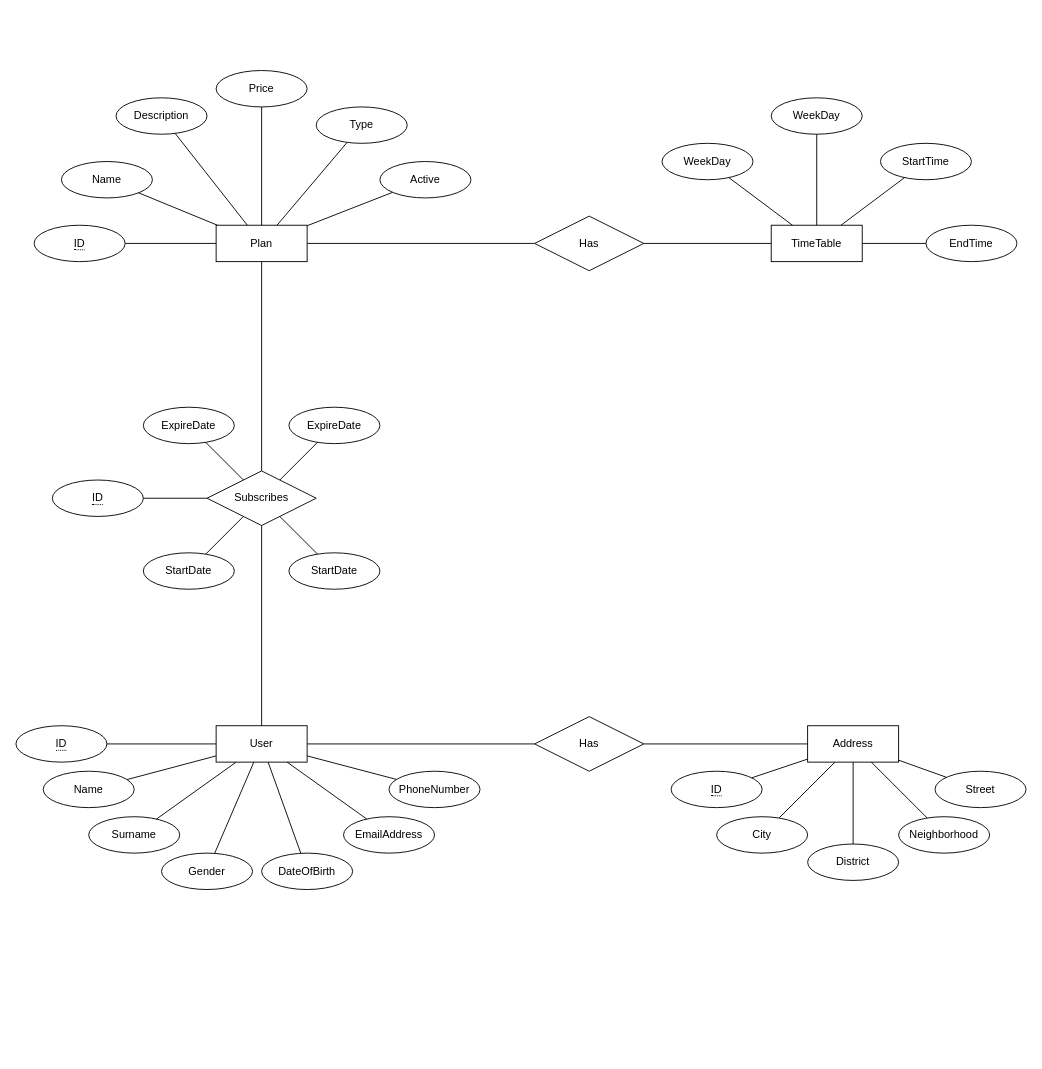
Earlier version of the draw.io diagram ER_Diagram.drawio (batuhannoz/sports-club-management). Source tidied: cells renumbered, new cells numbered last; positions are measured from the earlier drawing's top-left corner, leaving out a move shared by most shapes. Both pictures are drawn from the tidied source at 91%, with x=0, y=0 at pixel (15, 70).
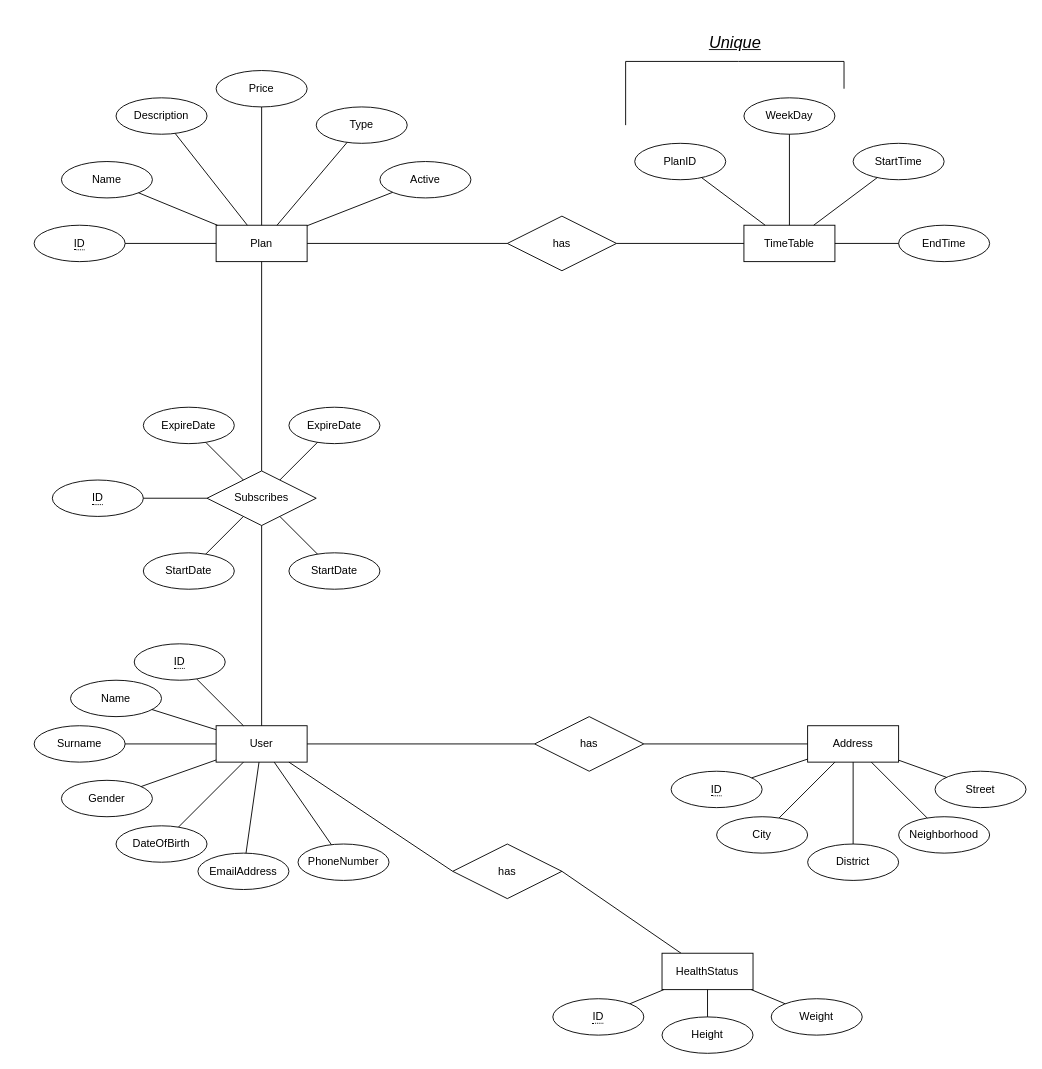
The same diagram, later.

Commit message:
Add HealthStatus entity

Unchanged cells that the change refers to:
```xml
<mxCell id="2" value="User" style="whiteSpace=wrap;html=1;align=center;" parent="1" vertex="1">
  <mxGeometry x="220" y="720" width="100" height="40" as="geometry" />
</mxCell>
```

The edit, as a diff of the source:
```diff
@@
     <mxCell id="4" value="&lt;span style=&quot;border-bottom: 1px dotted&quot;&gt;ID&lt;/span&gt;" style="ellipse;whiteSpace=wrap;html=1;align=center;" parent="1" vertex="1">
-      <mxGeometry y="720" width="100" height="40" as="geometry" />
+      <mxGeometry x="130" y="630" width="100" height="40" as="geometry" />
     </mxCell>
     <mxCell id="5" value="Surname" style="ellipse;whiteSpace=wrap;html=1;align=center;" parent="1" vertex="1">
-      <mxGeometry x="80" y="820" width="100" height="40" as="geometry" />
+      <mxGeometry x="20" y="720" width="100" height="40" as="geometry" />
     </mxCell>
@@
     <mxCell id="7" value="DateOfBirth" style="ellipse;whiteSpace=wrap;html=1;align=center;" parent="1" vertex="1">
-      <mxGeometry x="270" y="860" width="100" height="40" as="geometry" />
+      <mxGeometry x="110" y="830" width="100" height="40" as="geometry" />
     </mxCell>
@@
     <mxCell id="9" value="EmailAddress" style="ellipse;whiteSpace=wrap;html=1;align=center;" parent="1" vertex="1">
-      <mxGeometry x="360" y="820" width="100" height="40" as="geometry" />
+      <mxGeometry x="200" y="860" width="100" height="40" as="geometry" />
     </mxCell>
@@
     <mxCell id="11" value="PhoneNumber" style="ellipse;whiteSpace=wrap;html=1;align=center;" parent="1" vertex="1">
-      <mxGeometry x="410" y="770" width="100" height="40" as="geometry" />
+      <mxGeometry x="310" y="850" width="100" height="40" as="geometry" />
     </mxCell>
@@
     <mxCell id="13" value="Name" style="ellipse;whiteSpace=wrap;html=1;align=center;" parent="1" vertex="1">
-      <mxGeometry x="30" y="770" width="100" height="40" as="geometry" />
+      <mxGeometry x="60" y="670" width="100" height="40" as="geometry" />
     </mxCell>
@@
     <mxCell id="15" value="Gender" style="ellipse;whiteSpace=wrap;html=1;align=center;" parent="1" vertex="1">
-      <mxGeometry x="160" y="860" width="100" height="40" as="geometry" />
+      <mxGeometry x="50" y="780" width="100" height="40" as="geometry" />
     </mxCell>
@@
-    <mxCell id="18" value="Has" style="shape=rhombus;perimeter=rhombusPerimeter;whiteSpace=wrap;html=1;align=center;" parent="1" vertex="1">
+    <mxCell id="18" value="has" style="shape=rhombus;perimeter=rhombusPerimeter;whiteSpace=wrap;html=1;align=center;" parent="1" vertex="1">
       <mxGeometry x="570" y="710" width="120" height="60" as="geometry" />
     </mxCell>
@@
     <mxCell id="57" value="TimeTable" style="whiteSpace=wrap;html=1;align=center;" parent="1" vertex="1">
-      <mxGeometry x="830" y="170" width="100" height="40" as="geometry" />
+      <mxGeometry x="800" y="170" width="100" height="40" as="geometry" />
     </mxCell>
     <mxCell id="58" value="EndTime" style="ellipse;whiteSpace=wrap;html=1;align=center;" parent="1" vertex="1">
-      <mxGeometry x="1000" y="170" width="100" height="40" as="geometry" />
+      <mxGeometry x="970" y="170" width="100" height="40" as="geometry" />
     </mxCell>
@@
     <mxCell id="60" value="StartTime" style="ellipse;whiteSpace=wrap;html=1;align=center;" parent="1" vertex="1">
-      <mxGeometry x="950" y="80" width="100" height="40" as="geometry" />
+      <mxGeometry x="920" y="80" width="100" height="40" as="geometry" />
     </mxCell>
@@
-    <mxCell id="62" value="Has" style="shape=rhombus;perimeter=rhombusPerimeter;whiteSpace=wrap;html=1;align=center;" parent="1" vertex="1">
-      <mxGeometry x="570" y="160" width="120" height="60" as="geometry" />
+    <mxCell id="62" value="has" style="shape=rhombus;perimeter=rhombusPerimeter;whiteSpace=wrap;html=1;align=center;" parent="1" vertex="1">
+      <mxGeometry x="540" y="160" width="120" height="60" as="geometry" />
     </mxCell>
@@
     <mxCell id="65" value="WeekDay" style="ellipse;whiteSpace=wrap;html=1;align=center;" parent="1" vertex="1">
-      <mxGeometry x="830" y="30" width="100" height="40" as="geometry" />
+      <mxGeometry x="800" y="30" width="100" height="40" as="geometry" />
     </mxCell>
-    <mxCell id="66" value="WeekDay" style="ellipse;whiteSpace=wrap;html=1;align=center;" parent="1" vertex="1">
-      <mxGeometry x="710" y="80" width="100" height="40" as="geometry" />
+    <mxCell id="66" value="PlanID" style="ellipse;whiteSpace=wrap;html=1;align=center;" parent="1" vertex="1">
+      <mxGeometry x="680" y="80" width="100" height="40" as="geometry" />
     </mxCell>
@@
+    <mxCell id="69" value="has" style="shape=rhombus;perimeter=rhombusPerimeter;whiteSpace=wrap;html=1;align=center;" parent="1" vertex="1">
+      <mxGeometry x="480" y="850" width="120" height="60" as="geometry" />
+    </mxCell>
+    <mxCell id="70" style="endArrow=none;html=1;rounded=0;entryX=0;entryY=0.5;entryDx=0;entryDy=0;" parent="1" edge="1" source="2" target="69">
+      <mxGeometry relative="1" as="geometry" />
+    </mxCell>
+    <mxCell id="71" style="endArrow=none;html=1;rounded=0;exitX=1;exitY=0.5;exitDx=0;exitDy=0;" parent="1" edge="1" source="69" target="72">
+      <mxGeometry relative="1" as="geometry" />
+    </mxCell>
+    <mxCell id="72" value="HealthStatus" style="whiteSpace=wrap;html=1;align=center;" parent="1" vertex="1">
+      <mxGeometry x="710" y="970" width="100" height="40" as="geometry" />
+    </mxCell>
+    <mxCell id="73" value="&lt;span style=&quot;border-bottom: 1px dotted&quot;&gt;ID&lt;/span&gt;" style="ellipse;whiteSpace=wrap;html=1;align=center;" parent="1" vertex="1">
+      <mxGeometry x="590" y="1020" width="100" height="40" as="geometry" />
+    </mxCell>
+    <mxCell id="74" style="endArrow=none;html=1;rounded=0;" parent="1" edge="1">
+      <mxGeometry relative="1" as="geometry">
+        <mxPoint x="670" y="60" as="sourcePoint" />
+        <mxPoint x="670" y="-10" as="targetPoint" />
+      </mxGeometry>
+    </mxCell>
+    <mxCell id="75" style="endArrow=none;html=1;rounded=0;" parent="1" edge="1">
+      <mxGeometry relative="1" as="geometry">
+        <mxPoint x="670" y="-10" as="sourcePoint" />
+        <mxPoint x="910" y="-10" as="targetPoint" />
+        <Array as="points">
+          <mxPoint x="794" y="-10" />
+        </Array>
+      </mxGeometry>
+    </mxCell>
+    <mxCell id="76" style="endArrow=none;html=1;rounded=0;" parent="1" edge="1">
+      <mxGeometry relative="1" as="geometry">
+        <mxPoint x="910" y="20" as="sourcePoint" />
+        <mxPoint x="910" y="-10" as="targetPoint" />
+      </mxGeometry>
+    </mxCell>
+    <mxCell id="77" value="&lt;h2&gt;&lt;span style=&quot;font-weight: normal;&quot;&gt;&lt;i&gt;&lt;u&gt;Unique&lt;/u&gt;&lt;/i&gt;&lt;/span&gt;&lt;/h2&gt;" style="text;html=1;align=center;verticalAlign=middle;strokeColor=none;fillColor=none;" parent="1" vertex="1">
+      <mxGeometry x="750" y="-60" width="80" height="60" as="geometry" />
+    </mxCell>
+    <mxCell id="78" value="Height" style="ellipse;whiteSpace=wrap;html=1;align=center;" parent="1" vertex="1">
+      <mxGeometry x="710" y="1040" width="100" height="40" as="geometry" />
+    </mxCell>
+    <mxCell id="79" style="endArrow=none;html=1;rounded=0;" parent="1" edge="1" source="73" target="72">
+      <mxGeometry relative="1" as="geometry" />
+    </mxCell>
+    <mxCell id="80" style="endArrow=none;html=1;rounded=0;" parent="1" edge="1" source="78" target="72">
+      <mxGeometry relative="1" as="geometry" />
+    </mxCell>
+    <mxCell id="81" value="Weight" style="ellipse;whiteSpace=wrap;html=1;align=center;" parent="1" vertex="1">
+      <mxGeometry x="830" y="1020" width="100" height="40" as="geometry" />
+    </mxCell>
+    <mxCell id="82" style="endArrow=none;html=1;rounded=0;" parent="1" edge="1" source="81" target="72">
+      <mxGeometry relative="1" as="geometry" />
+    </mxCell>
```
